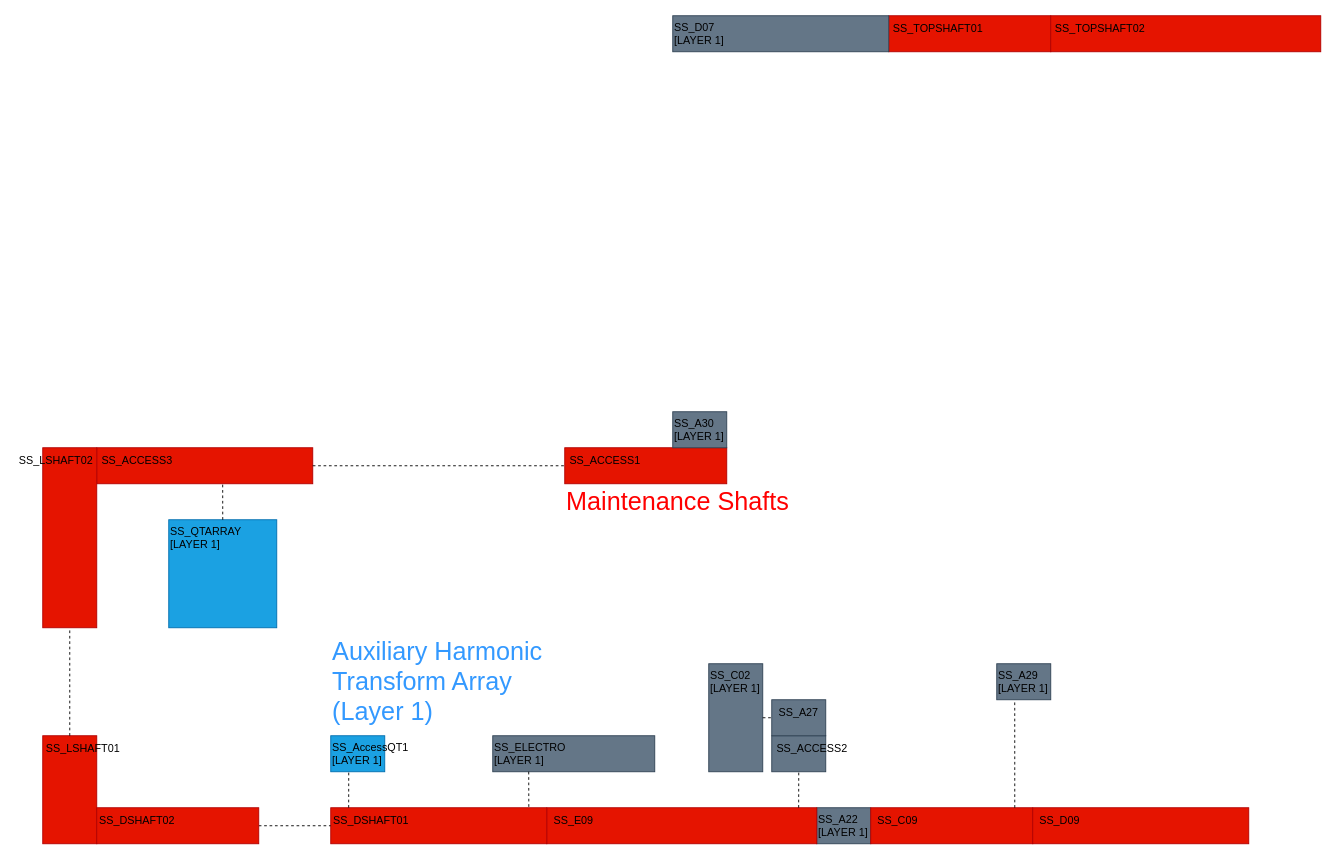
This is page "Layer 3 - Maintenance Shafts" (3 of 3) of bonus/5p expansion.drawio from TabbyFlux/FP-Expansion, a draw.io file, before an edit. Source tidied: cells renumbered, new cells numbered last; positions are measured from the earlier drawing's top-left corner, leaving out a move shared by most shapes. Both pictures are drawn from the tidied source at 90%, with x=0, y=0 at pixel (15, 15).
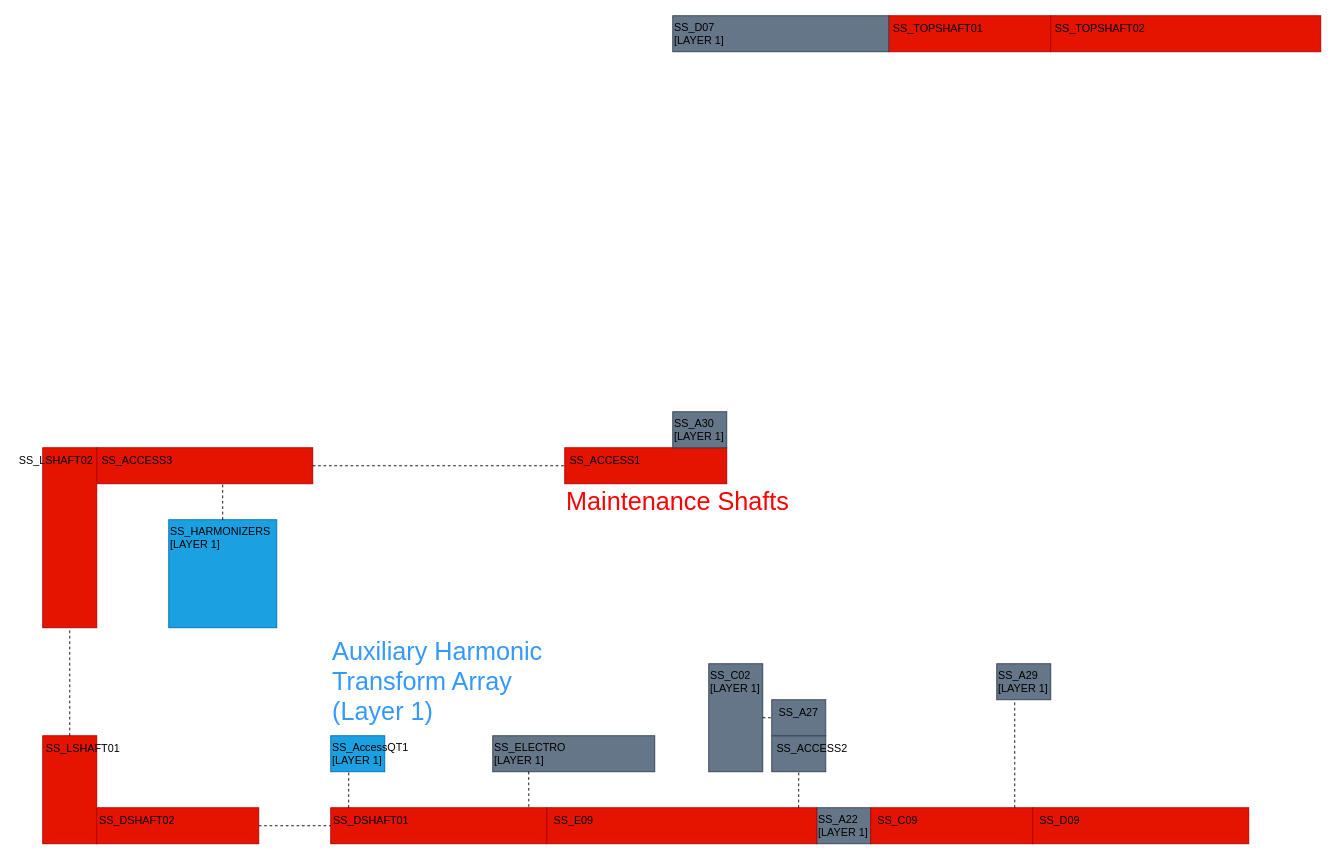
The same diagram, later.

The edit, as a diff of the source:
```diff
@@
-    <mxCell id="45" value="SS_QTARRAY&lt;div&gt;[LAYER 1]&lt;/div&gt;" style="text;html=1;align=left;verticalAlign=middle;whiteSpace=wrap;rounded=0;" parent="1" vertex="1">
-      <mxGeometry x="170" y="560" width="90" height="40" as="geometry" />
+    <mxCell id="45" value="SS_HARMONIZERS&lt;div&gt;[LAYER 1]&lt;/div&gt;" style="text;html=1;align=left;verticalAlign=middle;whiteSpace=wrap;rounded=0;" parent="1" vertex="1">
+      <mxGeometry x="170" y="560" width="120" height="40" as="geometry" />
     </mxCell>
```
